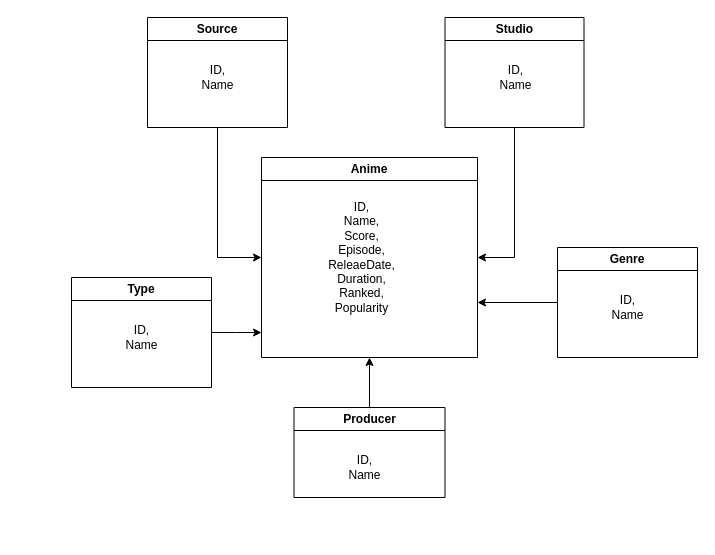
Above: DataScientest_Anime.drawio in krislee030/github_actions (draw.io), before the change. Source tidied: cells renumbered, new cells numbered last; positions are measured from the earlier drawing's top-left corner, leaving out a move shared by most shapes. Both pictures are drawn from the tidied source at 100%, with x=0, y=0 at pixel (71, 17).
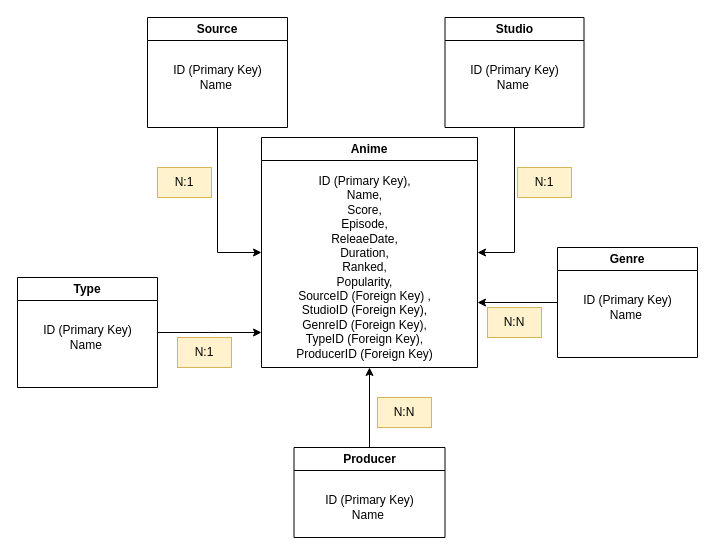
The same diagram, later.

Unchanged cells that the change refers to:
```xml
<mxCell id="5" value="Genre" style="swimlane;whiteSpace=wrap;html=1;" parent="1" vertex="1">
  <mxGeometry x="486" y="230" width="140" height="110" as="geometry" />
</mxCell>
<mxCell id="14" value="Studio" style="swimlane;whiteSpace=wrap;html=1;" parent="1" vertex="1">
  <mxGeometry x="373.5" width="139" height="110" as="geometry" />
</mxCell>
<mxCell id="17" value="Source" style="swimlane;whiteSpace=wrap;html=1;" parent="1" vertex="1">
  <mxGeometry x="76" width="140" height="110" as="geometry" />
</mxCell>
```

Change to the diagram source:
```diff
@@
     <mxCell id="2" value="Anime" style="swimlane;whiteSpace=wrap;html=1;" parent="1" vertex="1">
-      <mxGeometry x="190" y="140" width="216" height="200" as="geometry" />
+      <mxGeometry x="190" y="120" width="216" height="230" as="geometry" />
     </mxCell>
-    <mxCell id="3" value="&lt;span style=&quot;background-color: transparent; color: light-dark(rgb(0, 0, 0), rgb(255, 255, 255));&quot;&gt;ID,&lt;/span&gt;&lt;div&gt;&lt;span style=&quot;background-color: transparent; color: light-dark(rgb(0, 0, 0), rgb(255, 255, 255));&quot;&gt;Name,&lt;/span&gt;&lt;div&gt;Score,&lt;/div&gt;&lt;div&gt;Episode,&lt;/div&gt;&lt;/div&gt;&lt;div&gt;ReleaeDate,&lt;/div&gt;&lt;div&gt;Duration,&lt;/div&gt;&lt;div&gt;Ranked,&lt;/div&gt;&lt;div&gt;Popularity&lt;/div&gt;" style="text;html=1;align=center;verticalAlign=middle;strokeColor=none;fillColor=none;" parent="2" vertex="1">
-      <mxGeometry x="55" y="35" width="90" height="130" as="geometry" />
+    <mxCell id="3" value="&lt;span style=&quot;background-color: transparent; color: light-dark(rgb(0, 0, 0), rgb(255, 255, 255));&quot;&gt;ID (Primary Key),&lt;/span&gt;&lt;div&gt;&lt;span style=&quot;background-color: transparent; color: light-dark(rgb(0, 0, 0), rgb(255, 255, 255));&quot;&gt;Name,&lt;/span&gt;&lt;div&gt;Score,&lt;/div&gt;&lt;div&gt;Episode,&lt;/div&gt;&lt;/div&gt;&lt;div&gt;ReleaeDate,&lt;/div&gt;&lt;div&gt;Duration,&lt;/div&gt;&lt;div&gt;Ranked,&lt;/div&gt;&lt;div&gt;Popularity,&lt;/div&gt;&lt;div&gt;SourceID (Foreign Key) ,&lt;/div&gt;&lt;div&gt;StudioID&amp;nbsp;&lt;span style=&quot;background-color: transparent; color: light-dark(rgb(0, 0, 0), rgb(255, 255, 255));&quot;&gt;(Foreign Key),&lt;/span&gt;&lt;/div&gt;&lt;div&gt;GenreID&amp;nbsp;&lt;span style=&quot;background-color: transparent; color: light-dark(rgb(0, 0, 0), rgb(255, 255, 255));&quot;&gt;(Foreign Key)&lt;/span&gt;&lt;span style=&quot;background-color: transparent; color: light-dark(rgb(0, 0, 0), rgb(255, 255, 255));&quot;&gt;,&lt;/span&gt;&lt;/div&gt;&lt;div&gt;TypeID&amp;nbsp;&lt;span style=&quot;background-color: transparent; color: light-dark(rgb(0, 0, 0), rgb(255, 255, 255));&quot;&gt;(Foreign Key)&lt;/span&gt;&lt;span style=&quot;background-color: transparent; color: light-dark(rgb(0, 0, 0), rgb(255, 255, 255));&quot;&gt;,&lt;/span&gt;&lt;/div&gt;&lt;div&gt;ProducerID&amp;nbsp;&lt;span style=&quot;background-color: transparent; color: light-dark(rgb(0, 0, 0), rgb(255, 255, 255));&quot;&gt;(Foreign Key)&lt;/span&gt;&lt;/div&gt;" style="text;html=1;align=center;verticalAlign=middle;strokeColor=none;fillColor=none;" parent="2" vertex="1">
+      <mxGeometry x="22.5" y="30" width="160" height="200" as="geometry" />
     </mxCell>
@@
-    <mxCell id="6" value="&lt;div&gt;ID,&lt;/div&gt;&lt;div&gt;Name&lt;/div&gt;" style="text;html=1;align=center;verticalAlign=middle;strokeColor=none;fillColor=none;" parent="5" vertex="1">
-      <mxGeometry x="40" y="40" width="60" height="40" as="geometry" />
-    </mxCell>
+    <mxCell id="19" value="ID (Primary Key)&lt;div&gt;Name&amp;nbsp;&lt;/div&gt;" style="text;html=1;align=center;verticalAlign=middle;strokeColor=none;fillColor=none;" parent="5" vertex="1">
+      <mxGeometry x="15" y="40" width="110" height="40" as="geometry" />
+    </mxCell>
@@
     <mxCell id="8" value="Type" style="swimlane;whiteSpace=wrap;html=1;" parent="1" vertex="1">
-      <mxGeometry y="260" width="140" height="110" as="geometry" />
+      <mxGeometry x="-54" y="260" width="140" height="110" as="geometry" />
     </mxCell>
-    <mxCell id="9" value="ID,&lt;div&gt;Name&lt;/div&gt;" style="text;html=1;align=center;verticalAlign=middle;strokeColor=none;fillColor=none;" parent="8" vertex="1">
-      <mxGeometry x="40" y="40" width="60" height="40" as="geometry" />
-    </mxCell>
+    <mxCell id="20" value="ID (Primary Key)&lt;div&gt;Name&amp;nbsp;&lt;/div&gt;" style="text;html=1;align=center;verticalAlign=middle;strokeColor=none;fillColor=none;" parent="8" vertex="1">
+      <mxGeometry x="15" y="40" width="110" height="40" as="geometry" />
+    </mxCell>
@@
     <mxCell id="11" value="Producer" style="swimlane;whiteSpace=wrap;html=1;" parent="1" vertex="1">
-      <mxGeometry x="222.5" y="390" width="151" height="90" as="geometry" />
+      <mxGeometry x="222.5" y="430" width="151" height="90" as="geometry" />
     </mxCell>
-    <mxCell id="12" value="ID,&lt;div&gt;Name&lt;/div&gt;" style="text;html=1;align=center;verticalAlign=middle;strokeColor=none;fillColor=none;" parent="11" vertex="1">
-      <mxGeometry x="40" y="40" width="60" height="40" as="geometry" />
-    </mxCell>
+    <mxCell id="21" value="ID (Primary Key)&lt;div&gt;Name&amp;nbsp;&lt;/div&gt;" style="text;html=1;align=center;verticalAlign=middle;strokeColor=none;fillColor=none;" parent="11" vertex="1">
+      <mxGeometry x="20.5" y="40" width="110" height="40" as="geometry" />
+    </mxCell>
@@
-    <mxCell id="15" value="ID,&lt;div&gt;Name&lt;/div&gt;" style="text;html=1;align=center;verticalAlign=middle;strokeColor=none;fillColor=none;" parent="14" vertex="1">
-      <mxGeometry x="40" y="40" width="60" height="40" as="geometry" />
-    </mxCell>
+    <mxCell id="22" value="ID (Primary Key)&lt;div&gt;Name&amp;nbsp;&lt;/div&gt;" style="text;html=1;align=center;verticalAlign=middle;strokeColor=none;fillColor=none;" parent="14" vertex="1">
+      <mxGeometry x="14.5" y="40" width="110" height="40" as="geometry" />
+    </mxCell>
@@
-    <mxCell id="18" value="ID,&lt;div&gt;Name&lt;/div&gt;" style="text;html=1;align=center;verticalAlign=middle;strokeColor=none;fillColor=none;" parent="17" vertex="1">
-      <mxGeometry x="40" y="40" width="60" height="40" as="geometry" />
+    <mxCell id="18" value="ID (Primary Key)&lt;div&gt;Name&amp;nbsp;&lt;/div&gt;" style="text;html=1;align=center;verticalAlign=middle;strokeColor=none;fillColor=none;" parent="17" vertex="1">
+      <mxGeometry x="15" y="40" width="110" height="40" as="geometry" />
     </mxCell>
+    <mxCell id="23" value="N:1" style="rounded=0;whiteSpace=wrap;html=1;fillColor=#fff2cc;strokeColor=#d6b656;" parent="1" vertex="1">
+      <mxGeometry x="86" y="150" width="54" height="30" as="geometry" />
+    </mxCell>
+    <mxCell id="24" value="N:1" style="rounded=0;whiteSpace=wrap;html=1;fillColor=#fff2cc;strokeColor=#d6b656;" parent="1" vertex="1">
+      <mxGeometry x="446" y="150" width="54" height="30" as="geometry" />
+    </mxCell>
+    <mxCell id="25" value="N:N" style="rounded=0;whiteSpace=wrap;html=1;fillColor=#fff2cc;strokeColor=#d6b656;" parent="1" vertex="1">
+      <mxGeometry x="416" y="290" width="54" height="30" as="geometry" />
+    </mxCell>
+    <mxCell id="26" value="N:N" style="rounded=0;whiteSpace=wrap;html=1;fillColor=#fff2cc;strokeColor=#d6b656;" parent="1" vertex="1">
+      <mxGeometry x="306" y="380" width="54" height="30" as="geometry" />
+    </mxCell>
+    <mxCell id="27" value="N:1" style="rounded=0;whiteSpace=wrap;html=1;fillColor=#fff2cc;strokeColor=#d6b656;" parent="1" vertex="1">
+      <mxGeometry x="106" y="320" width="54" height="30" as="geometry" />
+    </mxCell>
```
